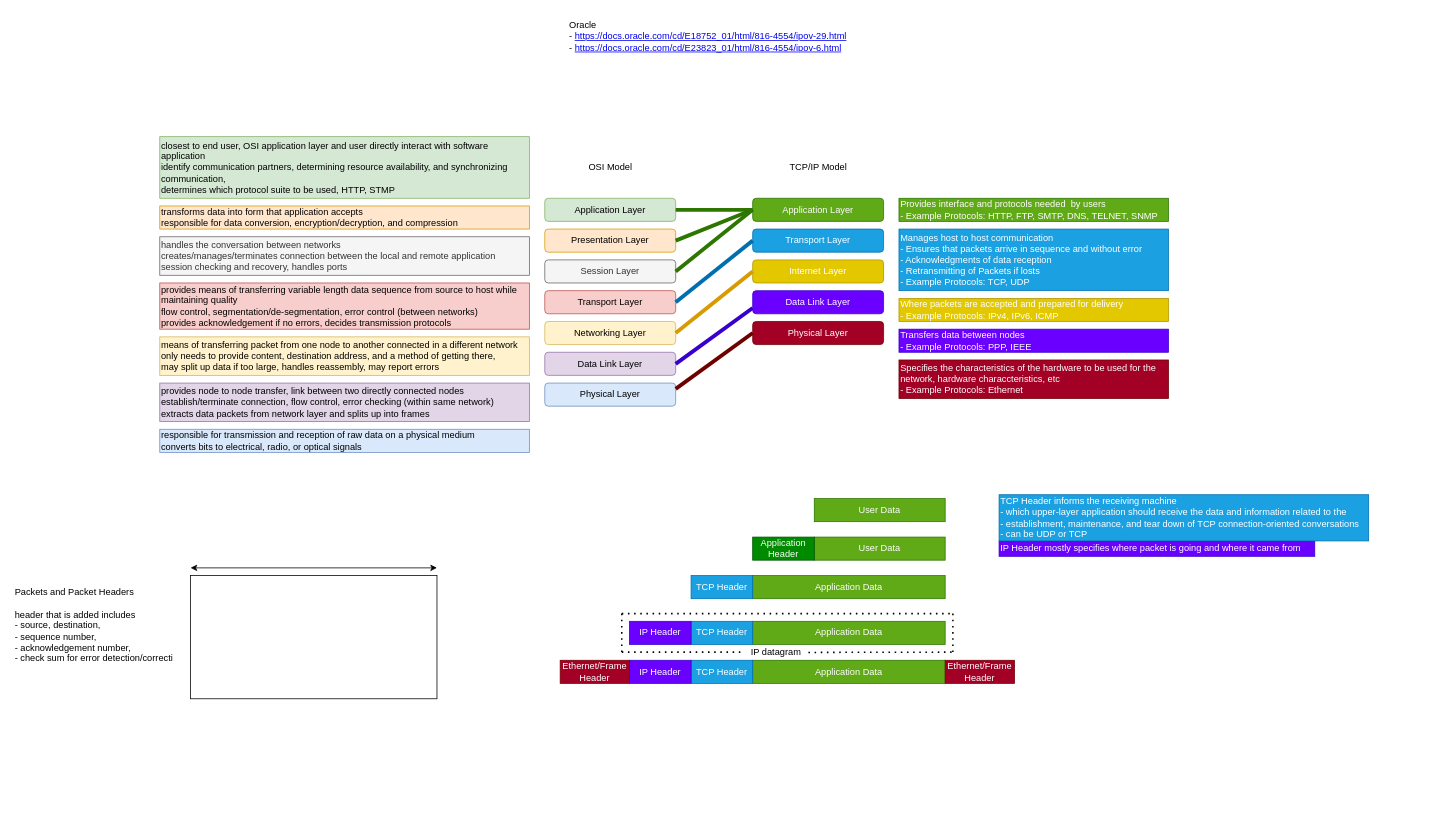
The draw.io diagram osi.drawio in AkaCoder404/Draw-io, before the edit. Source tidied: cells renumbered, new cells numbered last; positions are measured from the earlier drawing's top-left corner, leaving out a move shared by most shapes. Both pictures are drawn from the tidied source at 77%, with x=0, y=0 at pixel (13, 13).
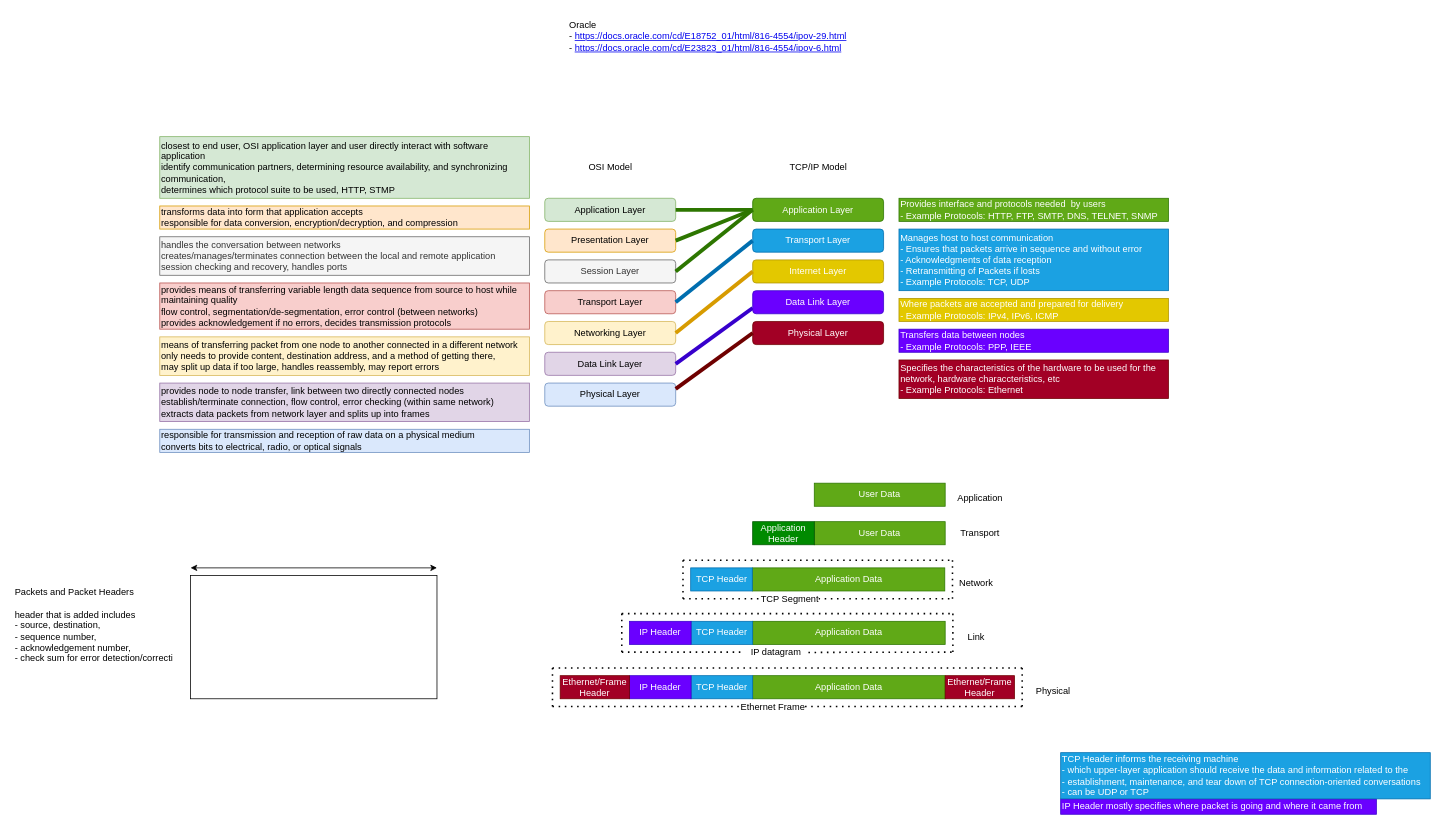
The same diagram, later.

Diff of the diagram source:
```diff
@@
     <mxCell id="31" value="User Data" style="rounded=0;whiteSpace=wrap;html=1;fillColor=#60a917;strokeColor=#2D7600;fontColor=#ffffff;" parent="1" vertex="1">
-      <mxGeometry x="1040" y="630" width="170" height="30" as="geometry" />
+      <mxGeometry x="1040" y="610" width="170" height="30" as="geometry" />
     </mxCell>
     <mxCell id="32" value="User Data" style="rounded=0;whiteSpace=wrap;html=1;fillColor=#60a917;strokeColor=#2D7600;fontColor=#ffffff;" parent="1" vertex="1">
-      <mxGeometry x="1040" y="680" width="170" height="30" as="geometry" />
+      <mxGeometry x="1040" y="660" width="170" height="30" as="geometry" />
     </mxCell>
     <mxCell id="33" value="Application Header" style="rounded=0;whiteSpace=wrap;html=1;fillColor=#008a00;strokeColor=#005700;fontColor=#ffffff;" parent="1" vertex="1">
-      <mxGeometry x="960" y="680" width="80" height="30" as="geometry" />
+      <mxGeometry x="960" y="660" width="80" height="30" as="geometry" />
     </mxCell>
     <mxCell id="34" value="Application Data" style="rounded=0;whiteSpace=wrap;html=1;fillColor=#60a917;strokeColor=#2D7600;fontColor=#ffffff;" parent="1" vertex="1">
-      <mxGeometry x="960" y="730" width="250" height="30" as="geometry" />
+      <mxGeometry x="959.5" y="720" width="250" height="30" as="geometry" />
     </mxCell>
     <mxCell id="35" value="TCP Header" style="rounded=0;whiteSpace=wrap;html=1;fillColor=#1ba1e2;strokeColor=#006EAF;fontColor=#ffffff;" parent="1" vertex="1">
-      <mxGeometry x="880" y="730" width="80" height="30" as="geometry" />
+      <mxGeometry x="879.5" y="720" width="80" height="30" as="geometry" />
     </mxCell>
@@
     <mxCell id="39" value="Application Data" style="rounded=0;whiteSpace=wrap;html=1;fillColor=#60a917;strokeColor=#2D7600;fontColor=#ffffff;" parent="1" vertex="1">
-      <mxGeometry x="960" y="840" width="250" height="30" as="geometry" />
+      <mxGeometry x="960" y="860" width="250" height="30" as="geometry" />
     </mxCell>
     <mxCell id="40" value="TCP Header" style="rounded=0;whiteSpace=wrap;html=1;fillColor=#1ba1e2;strokeColor=#006EAF;fontColor=#ffffff;" parent="1" vertex="1">
-      <mxGeometry x="880" y="840" width="80" height="30" as="geometry" />
+      <mxGeometry x="880" y="860" width="80" height="30" as="geometry" />
     </mxCell>
     <mxCell id="41" value="IP Header" style="rounded=0;whiteSpace=wrap;html=1;fillColor=#6a00ff;strokeColor=#3700CC;fontColor=#ffffff;" parent="1" vertex="1">
-      <mxGeometry x="800" y="840" width="80" height="30" as="geometry" />
+      <mxGeometry x="800" y="860" width="80" height="30" as="geometry" />
     </mxCell>
     <mxCell id="42" value="Ethernet/Frame Header" style="rounded=0;whiteSpace=wrap;html=1;fillColor=#a20025;strokeColor=#6F0000;fontColor=#ffffff;" parent="1" vertex="1">
-      <mxGeometry x="710" y="840" width="90" height="30" as="geometry" />
+      <mxGeometry x="710" y="860" width="90" height="30" as="geometry" />
     </mxCell>
     <mxCell id="43" value="Ethernet/Frame Header" style="rounded=0;whiteSpace=wrap;html=1;fillColor=#a20025;strokeColor=#6F0000;fontColor=#ffffff;" parent="1" vertex="1">
-      <mxGeometry x="1210" y="840" width="90" height="30" as="geometry" />
+      <mxGeometry x="1210" y="860" width="90" height="30" as="geometry" />
     </mxCell>
     <mxCell id="44" value="IP Header mostly specifies where packet is going and where it came from" style="text;html=1;align=left;verticalAlign=middle;strokeColor=#3700CC;fillColor=#6a00ff;fontColor=#ffffff;" parent="1" vertex="1">
-      <mxGeometry x="1280" y="685" width="410" height="20" as="geometry" />
+      <mxGeometry x="1360" y="1020" width="410" height="20" as="geometry" />
     </mxCell>
     <mxCell id="45" value="&lt;font style=&quot;font-size: 12px&quot;&gt;TCP Header informs the receiving&amp;nbsp;machine &lt;br&gt;- which upper-layer application should receive the data and information related to the &lt;br&gt;- establishment, maintenance, and tear down of TCP connection-oriented conversations&lt;br&gt;- can be UDP or TCP&lt;br&gt;&lt;/font&gt;" style="text;html=1;align=left;verticalAlign=middle;strokeColor=#006EAF;fillColor=#1ba1e2;fontColor=#ffffff;" parent="1" vertex="1">
-      <mxGeometry x="1280" y="625" width="480" height="60" as="geometry" />
+      <mxGeometry x="1360" y="960" width="480" height="60" as="geometry" />
     </mxCell>
@@
+    <mxCell id="61" style="endArrow=none;dashed=1;html=1;dashPattern=1 3;strokeWidth=2;" parent="1" edge="1">
+      <mxGeometry relative="1" as="geometry">
+        <mxPoint x="700" y="850" as="sourcePoint" />
+        <mxPoint x="1310" y="850" as="targetPoint" />
+      </mxGeometry>
+    </mxCell>
+    <mxCell id="62" style="endArrow=none;dashed=1;html=1;dashPattern=1 3;strokeWidth=2;" parent="1" edge="1">
+      <mxGeometry relative="1" as="geometry">
+        <mxPoint x="700" y="900" as="sourcePoint" />
+        <mxPoint x="1310" y="900" as="targetPoint" />
+      </mxGeometry>
+    </mxCell>
+    <mxCell id="63" value="Ethernet Frame" style="edgeLabel;html=1;align=center;verticalAlign=middle;fontSize=12;fontFamily=Helvetica;fontColor=#000000;" parent="62" vertex="1">
+      <mxGeometry x="-0.07" relative="1" as="geometry">
+        <mxPoint x="1" as="offset" />
+      </mxGeometry>
+    </mxCell>
+    <mxCell id="64" style="endArrow=none;dashed=1;html=1;dashPattern=1 3;strokeWidth=2;" parent="1" edge="1">
+      <mxGeometry relative="1" as="geometry">
+        <mxPoint x="700" y="900" as="sourcePoint" />
+        <mxPoint x="700" y="850" as="targetPoint" />
+      </mxGeometry>
+    </mxCell>
+    <mxCell id="65" style="endArrow=none;dashed=1;html=1;dashPattern=1 3;strokeWidth=2;" parent="1" edge="1">
+      <mxGeometry relative="1" as="geometry">
+        <mxPoint x="1310" y="900" as="sourcePoint" />
+        <mxPoint x="1310" y="850" as="targetPoint" />
+      </mxGeometry>
+    </mxCell>
+    <mxCell id="66" style="endArrow=none;dashed=1;html=1;dashPattern=1 3;strokeWidth=2;" parent="1" edge="1">
+      <mxGeometry relative="1" as="geometry">
+        <mxPoint x="869.5" y="710" as="sourcePoint" />
+        <mxPoint x="1219.5" y="710" as="targetPoint" />
+      </mxGeometry>
+    </mxCell>
+    <mxCell id="67" style="endArrow=none;dashed=1;html=1;dashPattern=1 3;strokeWidth=2;" parent="1" edge="1">
+      <mxGeometry relative="1" as="geometry">
+        <mxPoint x="869.5" y="760" as="sourcePoint" />
+        <mxPoint x="1219.5" y="760" as="targetPoint" />
+      </mxGeometry>
+    </mxCell>
+    <mxCell id="68" value="TCP Segment" style="edgeLabel;html=1;align=center;verticalAlign=middle;fontSize=12;fontFamily=Helvetica;fontColor=#000000;" parent="67" vertex="1">
+      <mxGeometry x="-0.21" relative="1" as="geometry" />
+    </mxCell>
+    <mxCell id="69" style="endArrow=none;dashed=1;html=1;dashPattern=1 3;strokeWidth=2;" parent="1" edge="1">
+      <mxGeometry relative="1" as="geometry">
+        <mxPoint x="1219.5" y="760" as="sourcePoint" />
+        <mxPoint x="1219.5" y="710" as="targetPoint" />
+      </mxGeometry>
+    </mxCell>
+    <mxCell id="70" style="endArrow=none;dashed=1;html=1;dashPattern=1 3;strokeWidth=2;" parent="1" edge="1">
+      <mxGeometry relative="1" as="geometry">
+        <mxPoint x="869.5" y="760" as="sourcePoint" />
+        <mxPoint x="869.5" y="710" as="targetPoint" />
+      </mxGeometry>
+    </mxCell>
+    <mxCell id="71" value="Transport" style="text;html=1;align=center;verticalAlign=middle;strokeColor=none;fillColor=none;glass=0;sketch=0;hachureGap=4;fontFamily=Helvetica;fontSize=12;fontColor=#000000;" parent="1" vertex="1">
+      <mxGeometry x="1220" y="665" width="70" height="20" as="geometry" />
+    </mxCell>
+    <mxCell id="72" value="Network" style="text;html=1;align=center;verticalAlign=middle;strokeColor=none;fillColor=none;glass=0;sketch=0;hachureGap=4;fontFamily=Helvetica;fontSize=12;fontColor=#000000;" parent="1" vertex="1">
+      <mxGeometry x="1220" y="730" width="60" height="20" as="geometry" />
+    </mxCell>
+    <mxCell id="73" value="Link" style="text;html=1;align=center;verticalAlign=middle;strokeColor=none;fillColor=none;glass=0;sketch=0;hachureGap=4;fontFamily=Helvetica;fontSize=12;fontColor=#000000;" parent="1" vertex="1">
+      <mxGeometry x="1230" y="800" width="40" height="20" as="geometry" />
+    </mxCell>
+    <mxCell id="74" value="Application" style="text;html=1;align=center;verticalAlign=middle;strokeColor=none;fillColor=none;glass=0;sketch=0;hachureGap=4;fontFamily=Helvetica;fontSize=12;fontColor=#000000;" parent="1" vertex="1">
+      <mxGeometry x="1220" y="620" width="70" height="20" as="geometry" />
+    </mxCell>
+    <mxCell id="75" value="Physical" style="text;html=1;align=center;verticalAlign=middle;strokeColor=none;fillColor=none;glass=0;sketch=0;hachureGap=4;fontFamily=Helvetica;fontSize=12;fontColor=#000000;" parent="1" vertex="1">
+      <mxGeometry x="1320" y="870" width="60" height="20" as="geometry" />
+    </mxCell>
```
